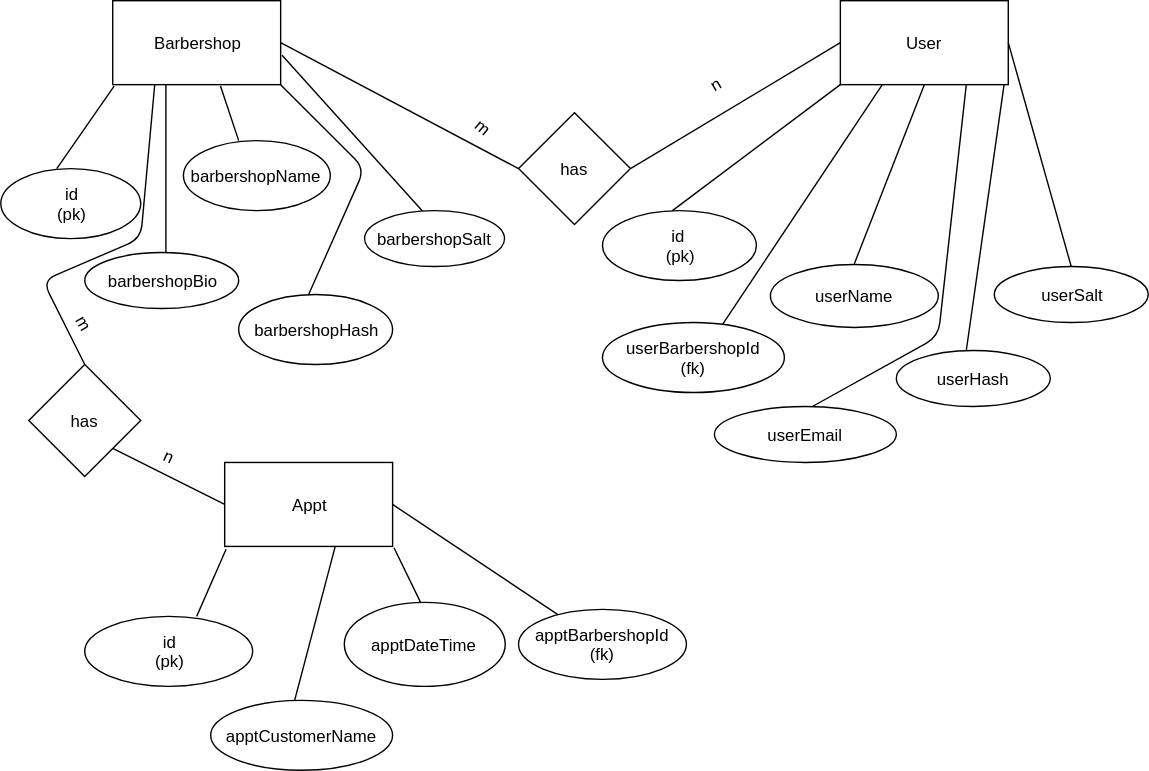
The draw.io diagram epic/barbershop-erd.svg in djackreuter/barbershop, before a commit. Source tidied: cells renumbered, new cells last; positions are measured from the earlier drawing's top-left corner, leaving out a move shared by most shapes.
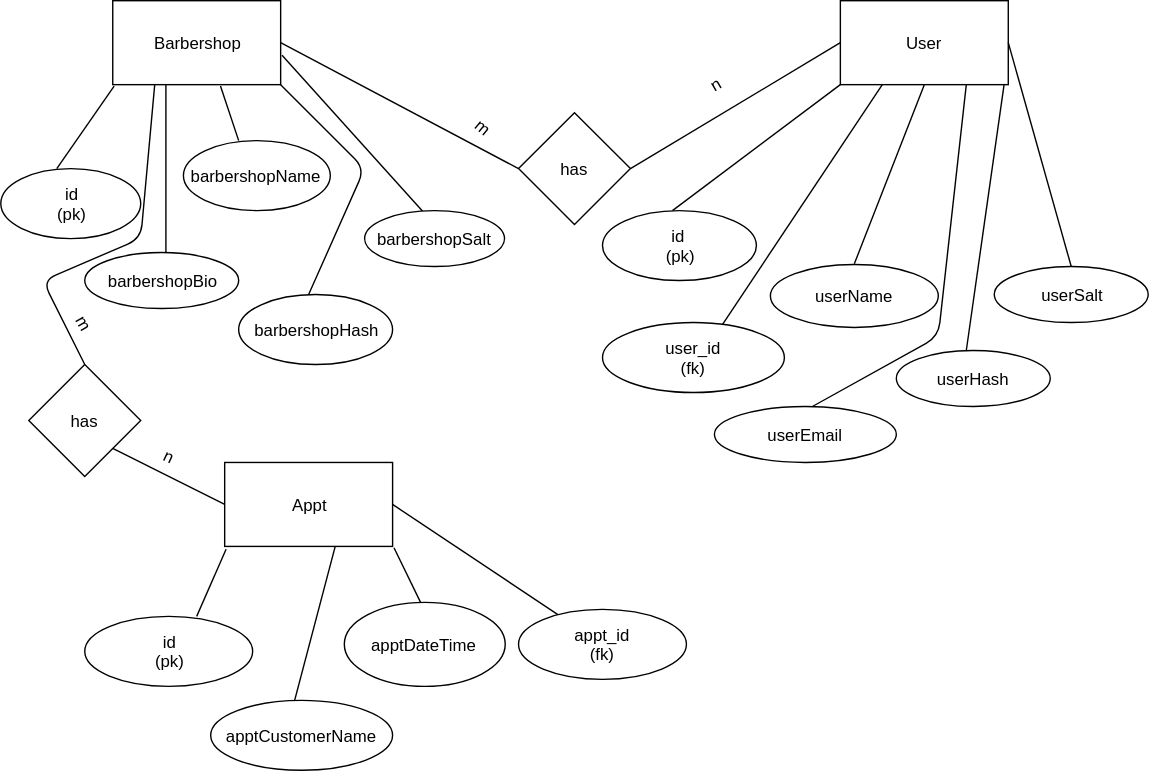
After the change.

Diff of the diagram source:
```diff
@@ -81,7 +81,7 @@
         <mxPoint x="510" y="240" as="sourcePoint" />
       </mxGeometry>
     </mxCell>
-    <mxCell id="22" value="userBarbershopId&lt;div&gt;(fk)&lt;/div&gt;" style="ellipse;whiteSpace=wrap;html=1;" parent="1" vertex="1">
+    <mxCell id="22" value="user_id&lt;div&gt;(fk)&lt;/div&gt;" style="ellipse;whiteSpace=wrap;html=1;" parent="1" vertex="1">
       <mxGeometry x="430" y="230" width="130" height="50" as="geometry" />
     </mxCell>
     <mxCell id="23" style="endArrow=none;html=1;entryX=0.5;entryY=1;exitX=0.5;exitY=0;" parent="1" edge="1" source="24" target="16">
@@ -170,7 +170,7 @@
         <mxPoint x="400" y="440" as="sourcePoint" />
       </mxGeometry>
     </mxCell>
-    <mxCell id="44" value="apptBarbershopId&lt;div&gt;(fk)&lt;/div&gt;" style="ellipse;whiteSpace=wrap;html=1;" parent="1" vertex="1">
+    <mxCell id="44" value="appt_id&lt;div&gt;(fk)&lt;/div&gt;" style="ellipse;whiteSpace=wrap;html=1;" parent="1" vertex="1">
       <mxGeometry x="370" y="435" width="120" height="50" as="geometry" />
     </mxCell>
   </root>
```
